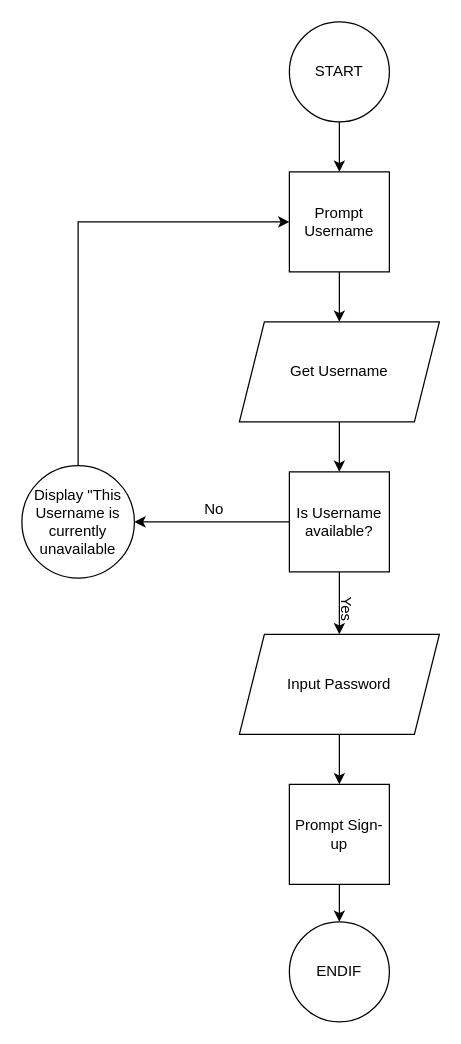
Dinah483/ICG-ASSIGNMENT-GROUP-34 keeps this draw.io diagram as Sign Up.drawio. Above is the earlier version. Source tidied: cells renumbered, new cells numbered last; positions are measured from the earlier drawing's top-left corner, leaving out a move shared by most shapes. Both pictures are drawn from the tidied source at 125%, with x=0, y=0 at pixel (21, 21).
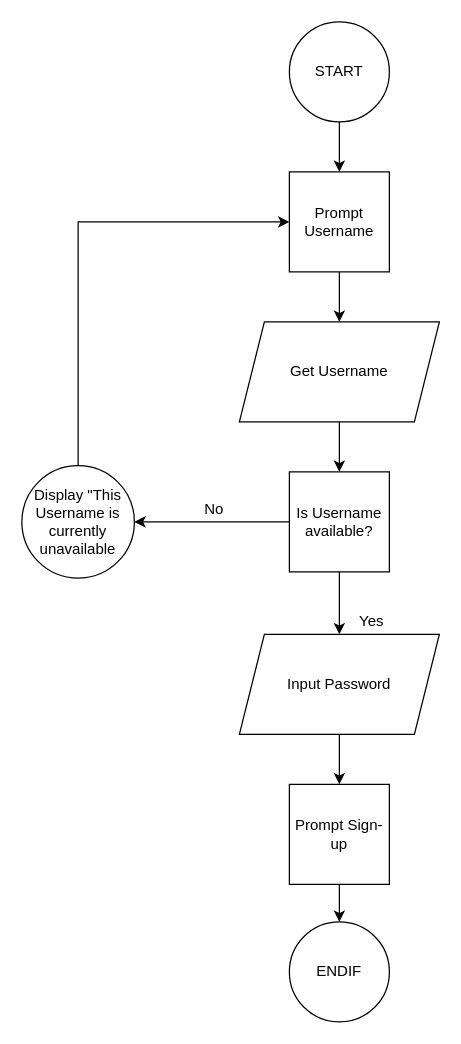
The same diagram, later.

The edit, as a diff of the source:
```diff
@@
 <mxGraphModel>
   <root>
     <mxCell id="0" />
     <mxCell id="1" parent="0" />
     <mxCell id="2" value="START" style="ellipse;whiteSpace=wrap;html=1;" parent="1" vertex="1">
       <mxGeometry x="214" width="80" height="80" as="geometry" />
     </mxCell>
     <mxCell id="3" style="endArrow=classic;html=1;exitX=0.5;exitY=1;exitDx=0;exitDy=0;entryX=0.5;entryY=0;entryDx=0;entryDy=0;" parent="1" edge="1" source="2" target="4">
       <mxGeometry relative="1" as="geometry" />
     </mxCell>
     <mxCell id="4" value="Prompt Username" style="whiteSpace=wrap;html=1;" parent="1" vertex="1">
       <mxGeometry x="214" y="120" width="80" height="80" as="geometry" />
     </mxCell>
     <mxCell id="5" style="edgeStyle=orthogonalEdgeStyle;rounded=0;jettySize=auto;html=1;" parent="1" edge="1" source="6" target="10">
       <mxGeometry relative="1" as="geometry" />
     </mxCell>
     <mxCell id="6" value="Get Username" style="shape=parallelogram;perimeter=parallelogramPerimeter;whiteSpace=wrap;html=1;fixedSize=1;" parent="1" vertex="1">
       <mxGeometry x="174" y="240" width="160" height="80" as="geometry" />
     </mxCell>
     <mxCell id="7" style="endArrow=classic;html=1;exitX=0.5;exitY=1;exitDx=0;exitDy=0;entryX=0.5;entryY=0;entryDx=0;entryDy=0;" parent="1" edge="1" source="4" target="6">
       <mxGeometry relative="1" as="geometry" />
     </mxCell>
     <mxCell id="8" style="edgeStyle=orthogonalEdgeStyle;rounded=0;jettySize=auto;html=1;entryX=1;entryY=0.5;entryDx=0;entryDy=0;" parent="1" edge="1" source="10" target="12">
       <mxGeometry relative="1" as="geometry" />
     </mxCell>
     <mxCell id="9" style="edgeStyle=orthogonalEdgeStyle;rounded=0;jettySize=auto;html=1;" parent="1" edge="1" source="10" target="14">
       <mxGeometry relative="1" as="geometry" />
     </mxCell>
     <mxCell id="10" value="Is Username available?" style="whiteSpace=wrap;html=1;" parent="1" vertex="1">
       <mxGeometry x="214" y="360" width="80" height="80" as="geometry" />
     </mxCell>
     <mxCell id="11" style="edgeStyle=orthogonalEdgeStyle;rounded=0;jettySize=auto;html=1;entryX=0;entryY=0.5;entryDx=0;entryDy=0;exitX=0.5;exitY=0;exitDx=0;exitDy=0;" parent="1" edge="1" source="12" target="4">
       <mxGeometry relative="1" as="geometry" />
     </mxCell>
     <mxCell id="12" value="Display &quot;This Username is currently unavailable" style="ellipse;whiteSpace=wrap;html=1;" parent="1" vertex="1">
       <mxGeometry y="355" width="90" height="90" as="geometry" />
     </mxCell>
     <mxCell id="13" style="edgeStyle=orthogonalEdgeStyle;rounded=0;jettySize=auto;html=1;" parent="1" edge="1" source="14" target="16">
       <mxGeometry relative="1" as="geometry" />
     </mxCell>
     <mxCell id="14" value="Input Password" style="shape=parallelogram;perimeter=parallelogramPerimeter;whiteSpace=wrap;html=1;fixedSize=1;" parent="1" vertex="1">
       <mxGeometry x="174" y="490" width="160" height="80" as="geometry" />
     </mxCell>
     <mxCell id="15" style="edgeStyle=orthogonalEdgeStyle;rounded=0;jettySize=auto;html=1;" parent="1" edge="1" source="16" target="17">
       <mxGeometry relative="1" as="geometry" />
     </mxCell>
     <mxCell id="16" value="Prompt Sign-up" style="whiteSpace=wrap;html=1;" parent="1" vertex="1">
       <mxGeometry x="214" y="610" width="80" height="80" as="geometry" />
     </mxCell>
     <mxCell id="17" value="ENDIF" style="ellipse;whiteSpace=wrap;html=1;" parent="1" vertex="1">
       <mxGeometry x="214" y="720" width="80" height="80" as="geometry" />
     </mxCell>
     <mxCell id="18" value="No" style="text;html=1;strokeColor=none;fillColor=none;align=center;verticalAlign=middle;whiteSpace=wrap;rounded=0;" parent="1" vertex="1">
       <mxGeometry x="134" y="380" width="40" height="20" as="geometry" />
     </mxCell>
-    <mxCell id="19" value="Yes" style="text;html=1;strokeColor=none;fillColor=none;align=center;verticalAlign=middle;whiteSpace=wrap;rounded=0;rotation=90;" parent="1" vertex="1">
-      <mxGeometry x="240" y="460" width="40" height="20" as="geometry" />
+    <mxCell id="19" value="Yes" style="text;html=1;strokeColor=none;fillColor=none;align=center;verticalAlign=middle;whiteSpace=wrap;rounded=0;rotation=0;" parent="1" vertex="1">
+      <mxGeometry x="260" y="470" width="40" height="20" as="geometry" />
     </mxCell>
   </root>
 </mxGraphModel>
```
